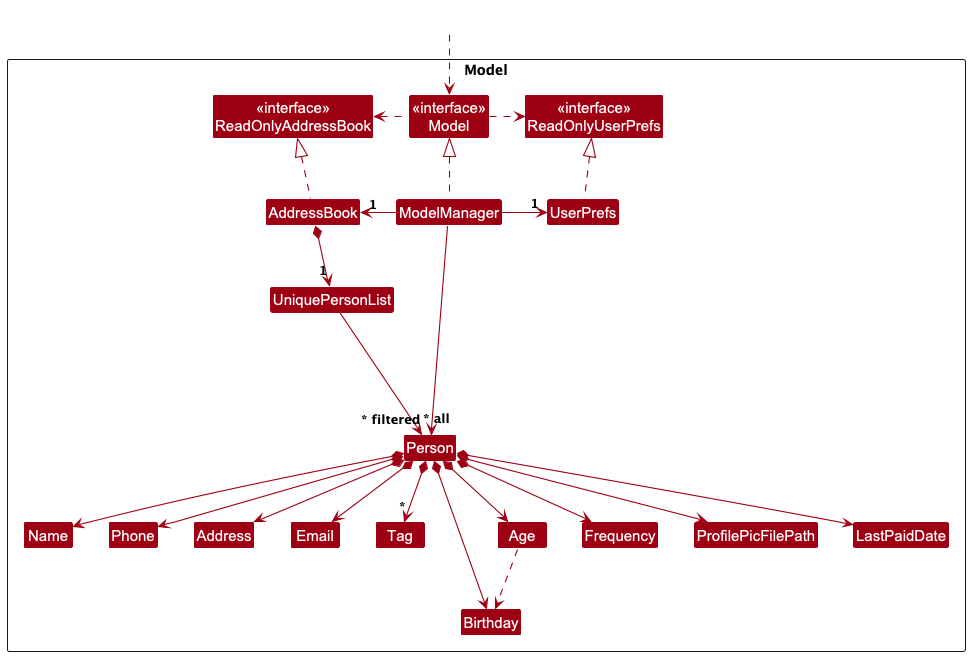
nus-cs2103-AY2425S1/tp keeps this PlantUML diagram as docs/images/ModelClassDiagram.png. Above is the earlier version.
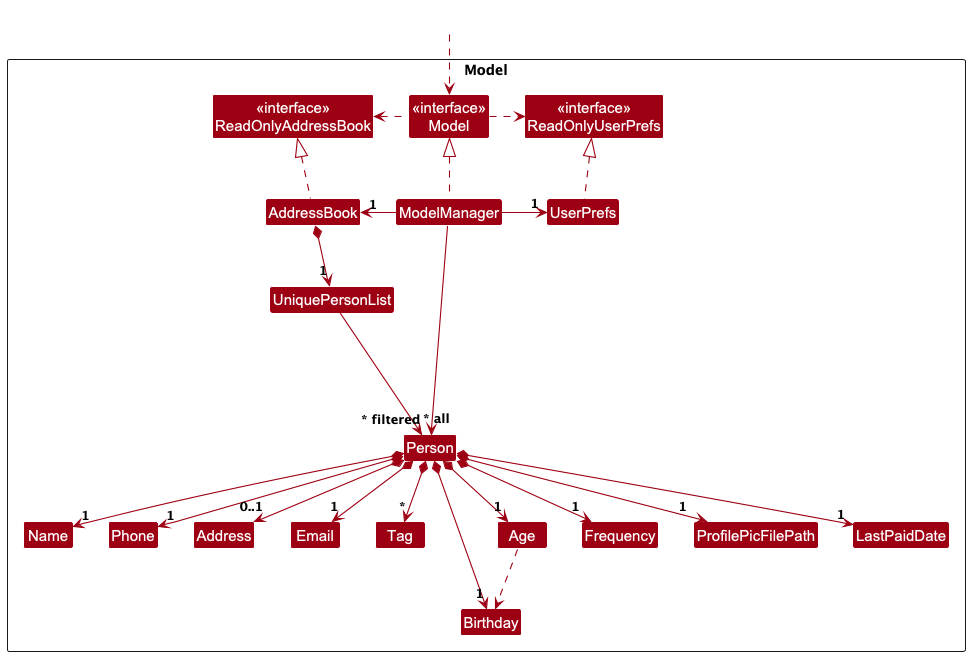
Later version of the same file.

What changed in the source:
```diff
@@ -42,17 +42,17 @@
 
 AddressBook *--> "1" UniquePersonList
 UniquePersonList --> "~* all" Person
-Person *--> Name
-Person *--> Phone
-Person *--> Email
-Person *--> Address
+Person *--> "1" Name
+Person *--> "1" Phone
+Person *--> "1" Email
+Person *--> "0..1" Address
 Person *--> "*" Tag
-Person *--> Birthday
-Person *--> Age
+Person *--> "1" Birthday
+Person *--> "1" Age
 Age ..> Birthday
-Person *--> Frequency
-Person *--> ProfilePicFilePath
-Person *--> LastPaidDate
+Person *--> "1" Frequency
+Person *--> "1" ProfilePicFilePath
+Person *--> "1" LastPaidDate
 
 Person -[hidden]up--> I
 UniquePersonList -[hidden]right-> I
```
